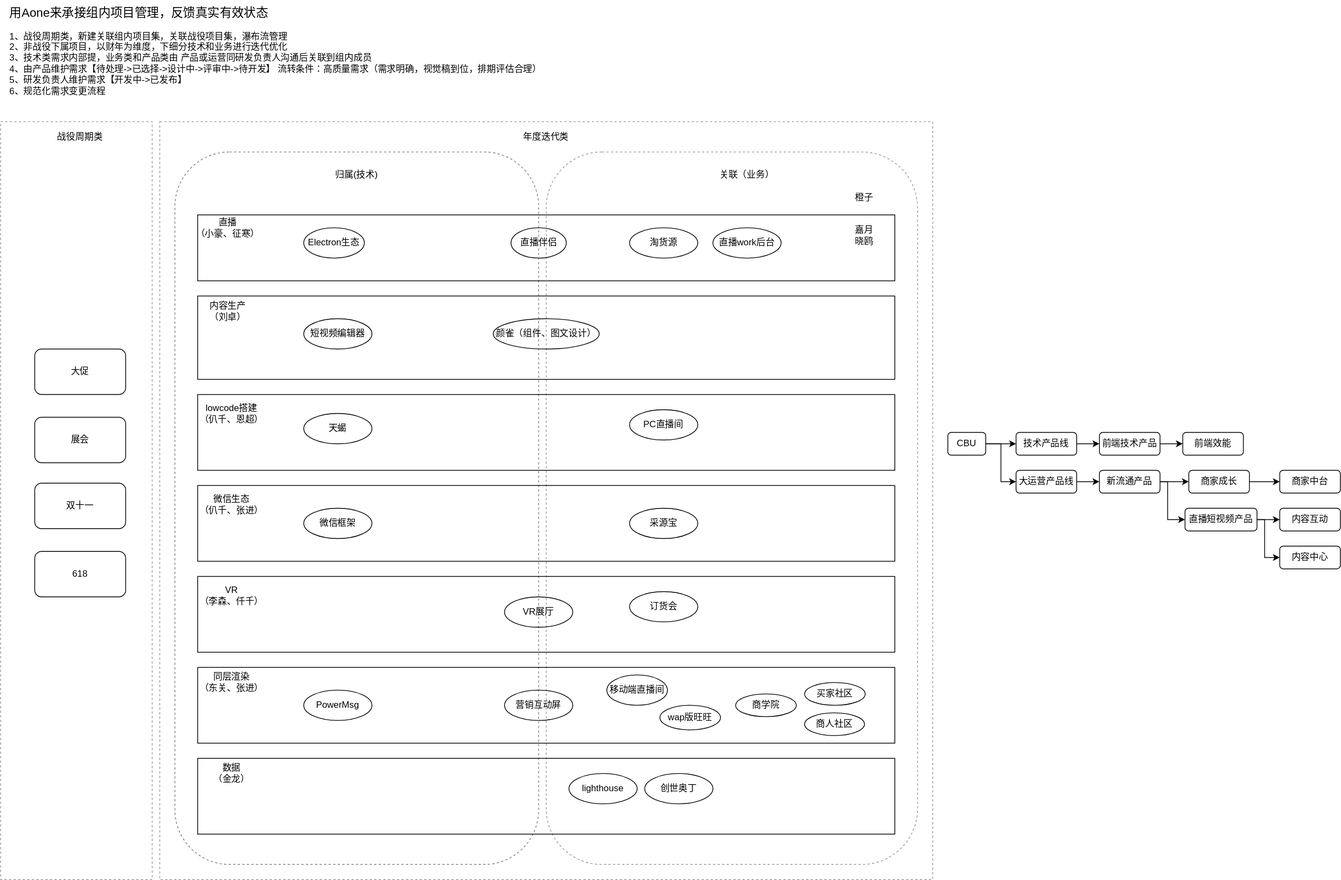
The draw.io diagram project.svg in git-zhanglei/gitskills, before a commit. Source tidied: cells renumbered, new cells last; positions are measured from the earlier drawing's top-left corner, leaving out a move shared by most shapes.
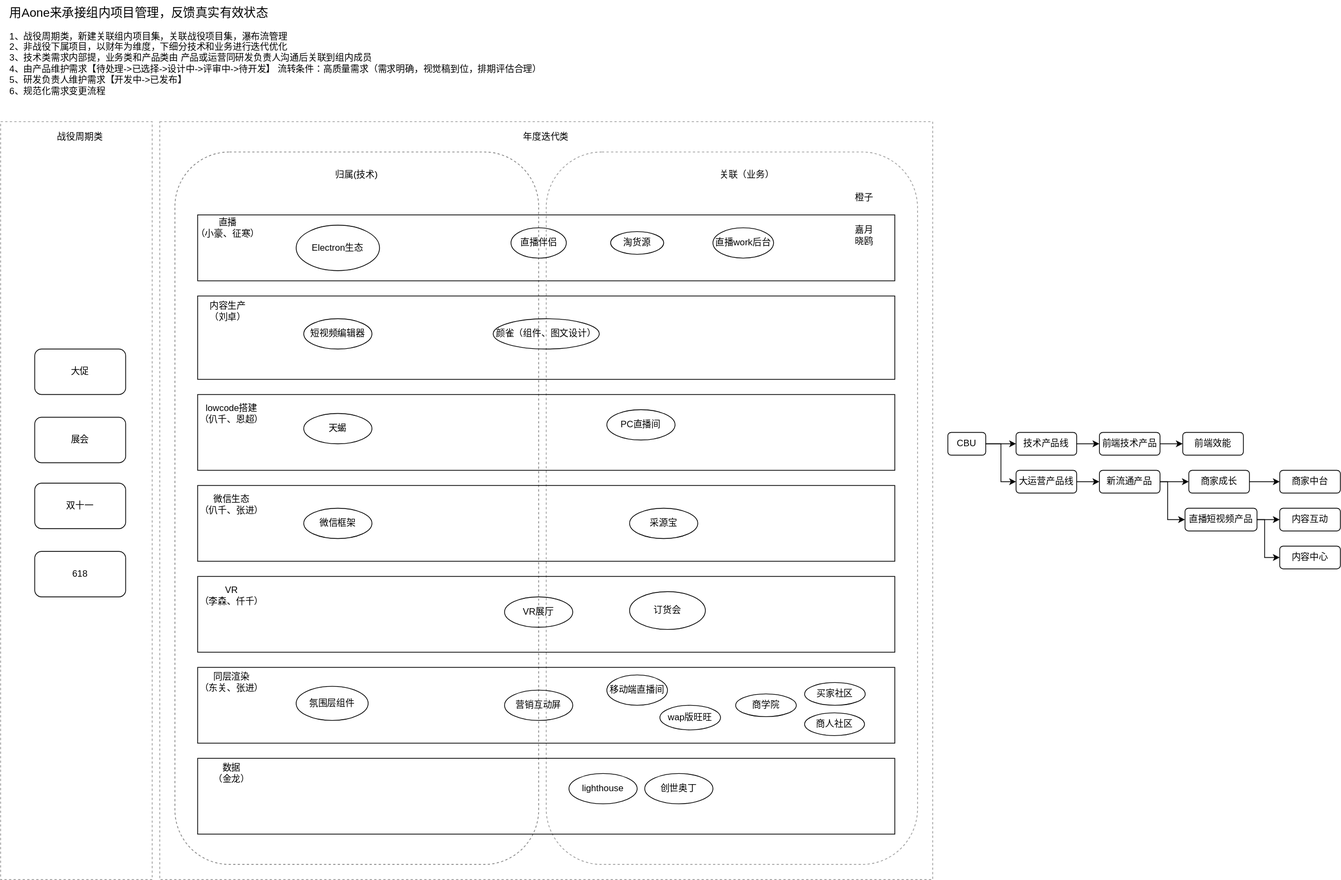
After the commit.

What changed in the source:
```diff
@@ -51,7 +51,7 @@
       <mxGeometry x="673.5" y="300" width="73" height="40" as="geometry" />
     </mxCell>
     <mxCell id="18" value="直播work后台" style="ellipse;whiteSpace=wrap;html=1;fillColor=none;" parent="1" vertex="1">
-      <mxGeometry x="940" y="300" width="90" height="40" as="geometry" />
+      <mxGeometry x="940" y="300" width="80" height="40" as="geometry" />
     </mxCell>
     <mxCell id="19" value="归属(技术)" style="text;html=1;strokeColor=none;fillColor=none;align=center;verticalAlign=middle;whiteSpace=wrap;rounded=0;" parent="1" vertex="1">
       <mxGeometry x="440" y="220" width="60" height="20" as="geometry" />
@@ -68,14 +68,14 @@
     <mxCell id="23" value="微信生态&lt;br&gt;（仈千、张进）" style="text;html=1;strokeColor=none;fillColor=none;align=center;verticalAlign=middle;whiteSpace=wrap;rounded=0;" parent="1" vertex="1">
       <mxGeometry x="255" y="650" width="100" height="30" as="geometry" />
     </mxCell>
-    <mxCell id="24" value="PowerMsg" style="ellipse;whiteSpace=wrap;html=1;fillColor=none;" parent="1" vertex="1">
-      <mxGeometry x="400" y="910" width="90" height="40" as="geometry" />
+    <mxCell id="24" value="氛围层组件" style="ellipse;whiteSpace=wrap;html=1;fillColor=none;" parent="1" vertex="1">
+      <mxGeometry x="390" y="905" width="95" height="45" as="geometry" />
     </mxCell>
     <mxCell id="25" value="VR展厅" style="ellipse;whiteSpace=wrap;html=1;fillColor=none;" parent="1" vertex="1">
       <mxGeometry x="665" y="787" width="90" height="40" as="geometry" />
     </mxCell>
     <mxCell id="26" value="Electron生态" style="ellipse;whiteSpace=wrap;html=1;fillColor=none;" parent="1" vertex="1">
-      <mxGeometry x="400" y="300" width="80" height="40" as="geometry" />
+      <mxGeometry x="390" y="296.5" width="110" height="60" as="geometry" />
     </mxCell>
     <mxCell id="27" value="颜雀（组件、图文设计）" style="ellipse;whiteSpace=wrap;html=1;fillColor=none;" parent="1" vertex="1">
       <mxGeometry x="650" y="420" width="140" height="40" as="geometry" />
@@ -90,7 +90,7 @@
       <mxGeometry x="400" y="670" width="90" height="40" as="geometry" />
     </mxCell>
     <mxCell id="31" value="订货会" style="ellipse;whiteSpace=wrap;html=1;fillColor=none;" parent="1" vertex="1">
-      <mxGeometry x="830" y="780" width="90" height="40" as="geometry" />
+      <mxGeometry x="830" y="780" width="100" height="50" as="geometry" />
     </mxCell>
     <mxCell id="32" style="rounded=0;whiteSpace=wrap;html=1;dashed=1;strokeColor=#999999;fillColor=none;align=left;" parent="1" vertex="1">
       <mxGeometry y="160" width="200" height="1000" as="geometry" />
@@ -210,7 +210,7 @@
       <mxGeometry x="970" y="915" width="80" height="30" as="geometry" />
     </mxCell>
     <mxCell id="66" value="淘货源" style="ellipse;whiteSpace=wrap;html=1;fillColor=none;" parent="1" vertex="1">
-      <mxGeometry x="830" y="300" width="90" height="40" as="geometry" />
+      <mxGeometry x="805" y="305" width="70" height="30" as="geometry" />
     </mxCell>
     <mxCell id="67" value="lighthouse" style="ellipse;whiteSpace=wrap;html=1;fillColor=none;" parent="1" vertex="1">
       <mxGeometry x="750" y="1020" width="90" height="40" as="geometry" />
@@ -222,7 +222,7 @@
       <mxGeometry x="800" y="890" width="80" height="40" as="geometry" />
     </mxCell>
     <mxCell id="70" value="PC直播间" style="ellipse;whiteSpace=wrap;html=1;fillColor=none;" parent="1" vertex="1">
-      <mxGeometry x="830" y="540" width="90" height="40" as="geometry" />
+      <mxGeometry x="800" y="540" width="90" height="40" as="geometry" />
     </mxCell>
     <mxCell id="71" value="wap版旺旺" style="ellipse;whiteSpace=wrap;html=1;fillColor=none;" parent="1" vertex="1">
       <mxGeometry x="870" y="930" width="80" height="32.5" as="geometry" />
```
